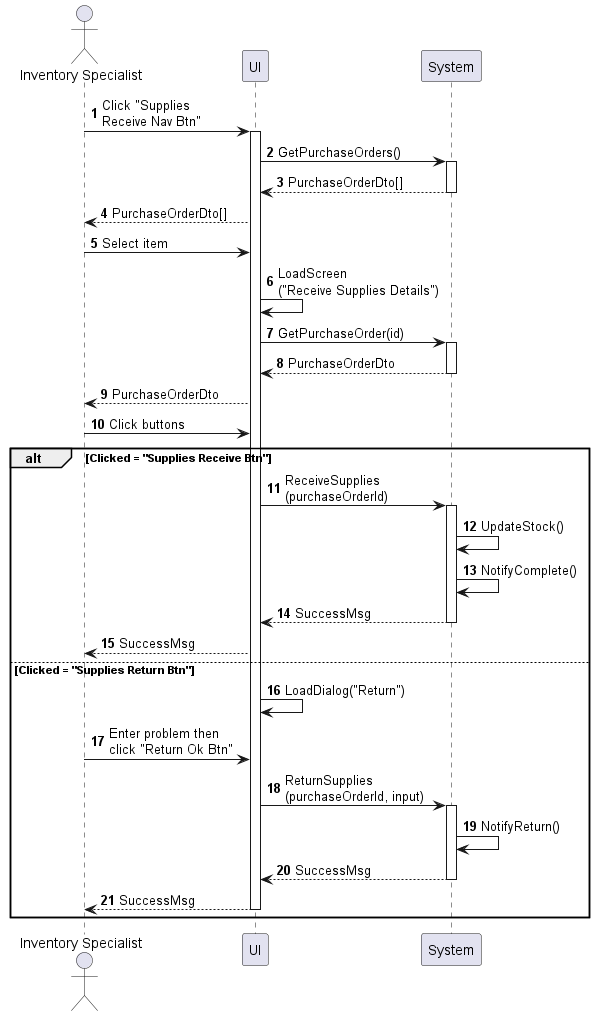
phihungha/scmss-reqs keeps this PlantUML diagram as sequences/inventory-supply-receive.png. Above is the earlier version.
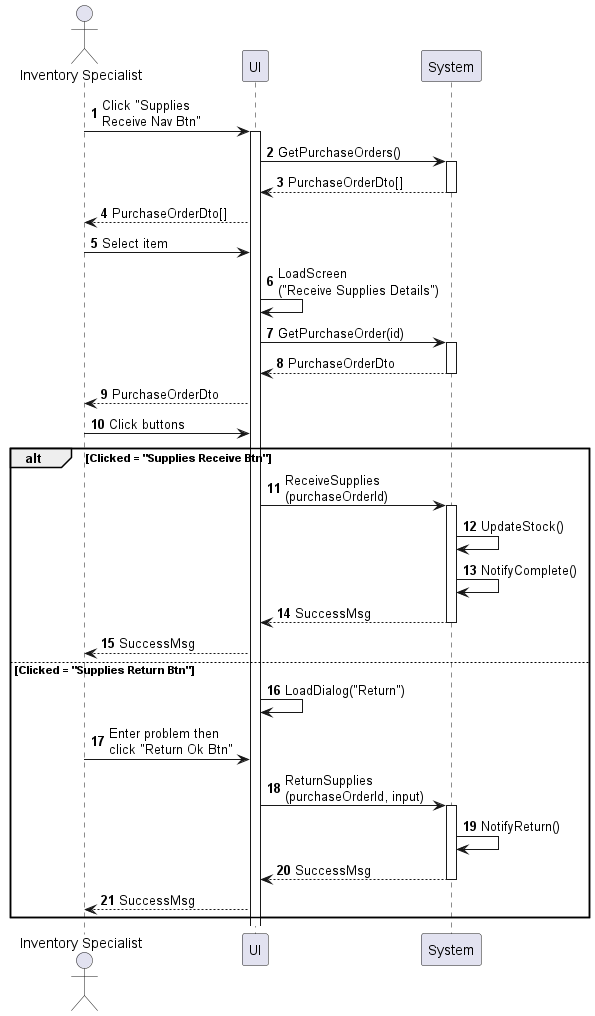
After the commit.

Change to the diagram source:
```diff
@@ -34,6 +34,5 @@
     b -> b : NotifyReturn()
     return SuccessMsg
     f --> a : SuccessMsg
-    deactivate f
 end
 @enduml
```
